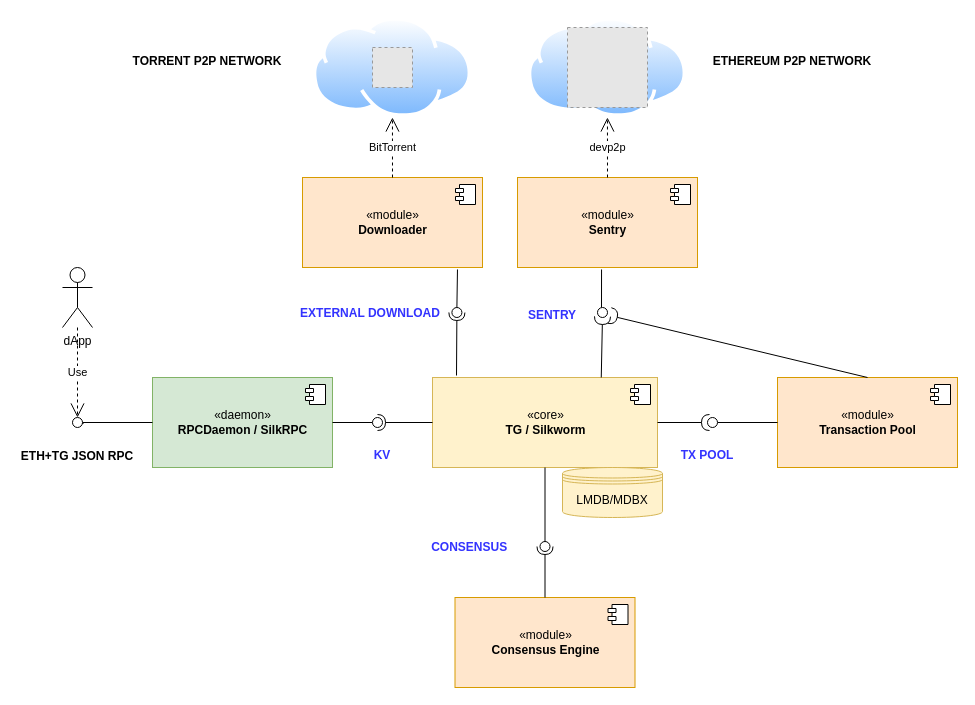
Before: turbo-geth.drawio in erigontech/erigon, a draw.io diagram. Source tidied: cells renumbered, new cells numbered last; positions are measured from the earlier drawing's top-left corner, leaving out a move shared by most shapes. Both pictures are drawn from the tidied source at 100%, with x=0, y=0 at pixel (17, 17). Pictures stored in the file or linked from it are replaced by grey dashed boxes.
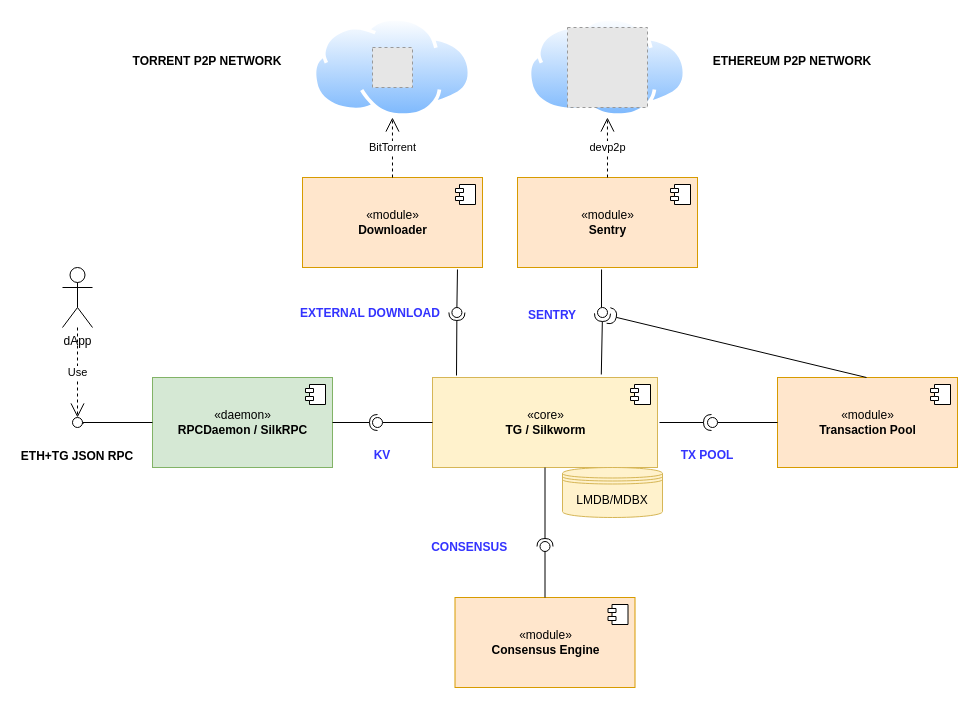
The same diagram, later.

Commit message (it also covers changes not shown here):
Fix interfaces in architecture diagram (#17)

* Fix KV interface provider

* Fix Consensus interface provider

Unchanged cells that the change refers to:
```xml
<mxCell id="2" value="«daemon»&lt;br&gt;&lt;b&gt;RPCDaemon / SilkRPC&lt;/b&gt;" style="html=1;fillColor=#d5e8d4;strokeColor=#82b366;" parent="1" vertex="1">
  <mxGeometry x="135" y="360" width="180" height="90" as="geometry" />
</mxCell>
<mxCell id="4" value="«core»&lt;br&gt;&lt;b&gt;TG / Silkworm&lt;/b&gt;" style="html=1;fillColor=#fff2cc;strokeColor=#d6b656;" parent="1" vertex="1">
  <mxGeometry x="415" y="360" width="225" height="90" as="geometry" />
</mxCell>
<mxCell id="8" value="«module»&lt;br&gt;&lt;b&gt;Transaction Pool&lt;/b&gt;" style="html=1;fillColor=#ffe6cc;strokeColor=#d79b00;" parent="1" vertex="1">
  <mxGeometry x="760" y="360" width="180" height="90" as="geometry" />
</mxCell>
<mxCell id="10" value="«module»&lt;br&gt;&lt;b&gt;Consensus Engine&lt;/b&gt;" style="html=1;fillColor=#ffe6cc;strokeColor=#d79b00;" parent="1" vertex="1">
  <mxGeometry x="437.5" y="580" width="180" height="90" as="geometry" />
</mxCell>
<mxCell id="23" style="ellipse;whiteSpace=wrap;html=1;fontFamily=Helvetica;fontSize=12;fontColor=#000000;align=center;strokeColor=#000000;fillColor=#ffffff;points=[];" parent="1" vertex="1">
  <mxGeometry x="355" y="400" width="10" height="10" as="geometry" />
</mxCell>
<mxCell id="42" style="ellipse;whiteSpace=wrap;html=1;fontFamily=Helvetica;fontSize=12;fontColor=#000000;align=center;strokeColor=#000000;fillColor=#ffffff;points=[];" parent="1" vertex="1">
  <mxGeometry x="580" y="290" width="10" height="10" as="geometry" />
</mxCell>
<mxCell id="46" style="ellipse;whiteSpace=wrap;html=1;fontFamily=Helvetica;fontSize=12;fontColor=#000000;align=center;strokeColor=#000000;fillColor=#ffffff;points=[];" parent="1" vertex="1">
  <mxGeometry x="522.5" y="524" width="10" height="10" as="geometry" />
</mxCell>
```

Change to the diagram source:
```diff
@@
-    <mxCell id="19" style="rounded=0;jettySize=auto;html=1;endArrow=none;endFill=0;exitX=0.5;exitY=1;exitDx=0;exitDy=0;" parent="1" edge="1" source="4" target="46">
+    <mxCell id="19" style="rounded=0;jettySize=auto;html=1;endArrow=none;endFill=0;exitX=0.5;exitY=0;exitDx=0;exitDy=0;" parent="1" edge="1" source="10" target="46">
       <mxGeometry relative="1" as="geometry" />
     </mxCell>
-    <mxCell id="20" style="rounded=0;jettySize=auto;html=1;endArrow=halfCircle;endFill=0;entryX=0.5;entryY=0.5;entryDx=0;entryDy=0;endSize=6;strokeWidth=1;exitX=0.5;exitY=0;exitDx=0;exitDy=0;" parent="1" edge="1" source="10" target="46">
+    <mxCell id="20" style="rounded=0;jettySize=auto;html=1;endArrow=halfCircle;endFill=0;entryX=0.5;entryY=0.5;entryDx=0;entryDy=0;endSize=6;strokeWidth=1;exitX=0.5;exitY=1;exitDx=0;exitDy=0;" parent="1" edge="1" source="4" target="46">
       <mxGeometry relative="1" as="geometry" />
     </mxCell>
-    <mxCell id="21" style="rounded=0;jettySize=auto;html=1;endArrow=none;endFill=0;exitX=1;exitY=0.5;exitDx=0;exitDy=0;" parent="1" edge="1" source="2" target="23">
+    <mxCell id="21" style="rounded=0;jettySize=auto;html=1;endArrow=none;endFill=0;exitX=0;exitY=0.5;exitDx=0;exitDy=0;" parent="1" edge="1" source="4" target="23">
       <mxGeometry relative="1" as="geometry" />
     </mxCell>
-    <mxCell id="22" style="rounded=0;jettySize=auto;html=1;endArrow=halfCircle;endFill=0;entryX=0.5;entryY=0.5;entryDx=0;entryDy=0;endSize=6;strokeWidth=1;exitX=0;exitY=0.5;exitDx=0;exitDy=0;" parent="1" edge="1" source="4" target="23">
+    <mxCell id="22" style="rounded=0;jettySize=auto;html=1;endArrow=halfCircle;endFill=0;entryX=0.5;entryY=0.5;entryDx=0;entryDy=0;endSize=6;strokeWidth=1;exitX=1;exitY=0.5;exitDx=0;exitDy=0;" parent="1" edge="1" source="2" target="23">
       <mxGeometry relative="1" as="geometry" />
     </mxCell>
@@
     <mxCell id="33" style="rounded=0;orthogonalLoop=1;jettySize=auto;html=1;endArrow=halfCircle;endFill=0;endSize=6;strokeWidth=1;" parent="1" edge="1">
       <mxGeometry relative="1" as="geometry">
-        <mxPoint x="640" y="405" as="sourcePoint" />
-        <mxPoint x="692" y="405" as="targetPoint" />
+        <mxPoint x="642" y="405" as="sourcePoint" />
+        <mxPoint x="694" y="405" as="targetPoint" />
       </mxGeometry>
     </mxCell>
@@
-    <mxCell id="41" style="rounded=0;jettySize=auto;html=1;endArrow=halfCircle;endFill=0;endSize=6;strokeWidth=1;exitX=0.75;exitY=0;exitDx=0;exitDy=0;entryX=0.5;entryY=0.9;entryDx=0;entryDy=0;entryPerimeter=0;" parent="1" edge="1" source="4" target="42">
-      <mxGeometry relative="1" as="geometry" />
+    <mxCell id="41" style="rounded=0;orthogonalLoop=1;jettySize=auto;html=1;endArrow=halfCircle;endFill=0;endSize=6;strokeWidth=1;exitX=0.75;exitY=0;exitDx=0;exitDy=0;entryX=0.5;entryY=0.9;entryDx=0;entryDy=0;entryPerimeter=0;" parent="1" edge="1">
+      <mxGeometry relative="1" as="geometry">
+        <mxPoint x="583.8" y="357" as="sourcePoint" />
+        <mxPoint x="585" y="296" as="targetPoint" />
+      </mxGeometry>
     </mxCell>
@@
-    <mxCell id="49" style="rounded=0;jettySize=auto;html=1;endArrow=halfCircle;endFill=0;endSize=6;strokeWidth=1;exitX=0.5;exitY=0;exitDx=0;exitDy=0;entryX=1.2;entryY=0.8;entryDx=0;entryDy=0;entryPerimeter=0;" parent="1" edge="1" source="8" target="42">
-      <mxGeometry relative="1" as="geometry" />
+    <mxCell id="49" style="rounded=0;orthogonalLoop=1;jettySize=auto;html=1;endArrow=halfCircle;endFill=0;endSize=6;strokeWidth=1;exitX=0.5;exitY=0;exitDx=0;exitDy=0;entryX=1.2;entryY=0.8;entryDx=0;entryDy=0;entryPerimeter=0;" parent="1" edge="1">
+      <mxGeometry relative="1" as="geometry">
+        <mxPoint x="849" y="360" as="sourcePoint" />
+        <mxPoint x="591" y="298" as="targetPoint" />
+      </mxGeometry>
     </mxCell>
```
